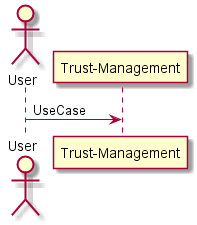
The PlantUML diagram docs/Solution/Trust-Manager/UserInteraction.png in CAADE/CloudLet, before a commit.
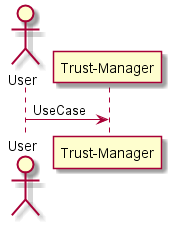
After the change.

Diff of the diagram source:
```diff
@@ -1,6 +1,6 @@
 @startuml
 actor User
 
-User -> "Trust-Management": UseCase
+User -> "Trust-Manager": UseCase
 
 @enduml
```
